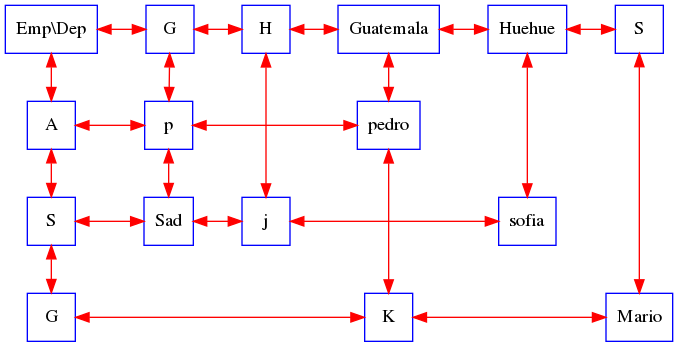
martinfdev/EstructurasenC-P1 keeps this Graphviz diagram as build/matriz.png. Above is the earlier version. Its source is kept beside it as build/matriz.dot.
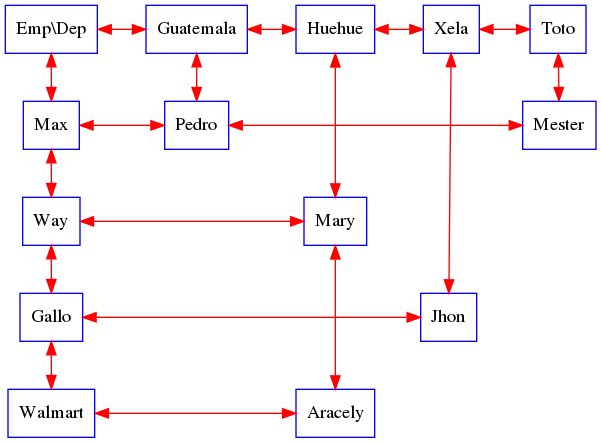
The same file after the commit.

Diff of the diagram source:
```diff
@@ -4,51 +4,46 @@
 edge [color= red];
 graph[ nodesep = 0.5];
 nodeXY [label="Emp\\Dep"];
-nodeXG [label="G"];
-nodeXH [label="H"];
 nodeXGuatemala [label="Guatemala"];
 nodeXHuehue [label="Huehue"];
-nodeXS [label="S"];
+nodeXXela [label="Xela"];
+nodeXToto [label="Toto"];
 
-nodeYA [label="A"];
-nodeYS [label="S"];
-nodeYG [label="G"];
+nodeYMax [label="Max"];
+nodeYWay [label="Way"];
+nodeYGallo [label="Gallo"];
+nodeYWalmart [label="Walmart"];
 
-nodevGA [label="p"];
-nodevGuatemalaA [label="pedro"];
-nodevGS [label="Sad"];
-nodevHS [label="j"];
-nodevHuehueS [label="sofia"];
-nodevGuatemalaG [label="K"];
-nodevSG [label="Mario"];
+nodevGuatemalaMax [label="Pedro"];
+nodevTotoMax [label="Mester"];
+nodevHuehueWay [label="Mary"];
+nodevXelaGallo [label="Jhon"];
+nodevHuehueWalmart [label="Aracely"];
 
-nodeXY -> nodeXG [dir=both];
-nodeXG -> nodeXH [dir=both];
-nodeXH -> nodeXGuatemala [dir=both];
+nodeXY -> nodeXGuatemala [dir=both];
 nodeXGuatemala -> nodeXHuehue [dir=both];
-nodeXHuehue -> nodeXS [dir=both];
+nodeXHuehue -> nodeXXela [dir=both];
+nodeXXela -> nodeXToto [dir=both];
 
-nodeXY -> nodeYA [dir=both];
-nodeYA -> nodeYS [dir=both];
-nodeYS -> nodeYG [dir=both];
+nodeXY -> nodeYMax [dir=both];
+nodeYMax -> nodeYWay [dir=both];
+nodeYWay -> nodeYGallo [dir=both];
+nodeYGallo -> nodeYWalmart [dir=both];
 
-nodeXG -> nodevGA [dir=both];
-nodevGA -> nodevGS [dir=both];
-nodeXH -> nodevHS [dir=both];
-nodeXGuatemala -> nodevGuatemalaA [dir=both];
-nodevGuatemalaA -> nodevGuatemalaG [dir=both];
-nodeXHuehue -> nodevHuehueS [dir=both];
-nodeXS -> nodevSG [dir=both];
-nodeYA -> nodevGA [constraint=false, dir=both];
-nodevGA -> nodevGuatemalaA [constraint=false, dir=both];
-nodeYS -> nodevGS [constraint=false, dir=both];
-nodevGS -> nodevHS [constraint=false, dir=both];
-nodevHS -> nodevHuehueS [constraint=false, dir=both];
-nodeYG -> nodevGuatemalaG [constraint=false, dir=both];
-nodevGuatemalaG -> nodevSG [constraint=false, dir=both];
+nodeXGuatemala -> nodevGuatemalaMax [dir=both];
+nodeXHuehue -> nodevHuehueWay [dir=both];
+nodevHuehueWay -> nodevHuehueWalmart [dir=both];
+nodeXXela -> nodevXelaGallo [dir=both];
+nodeXToto -> nodevTotoMax [dir=both];
+nodeYMax -> nodevGuatemalaMax [constraint=false, dir=both];
+nodevGuatemalaMax -> nodevTotoMax [constraint=false, dir=both];
+nodeYWay -> nodevHuehueWay [constraint=false, dir=both];
+nodeYGallo -> nodevXelaGallo [constraint=false, dir=both];
+nodeYWalmart -> nodevHuehueWalmart [constraint=false, dir=both];
 
-{rank=same; nodeXY; nodeXG; nodeXH; nodeXGuatemala; nodeXHuehue; nodeXS; }
-{rank=same; nodeYA; nodevGA; nodevGuatemalaA; }
-{rank=same; nodeYS; nodevGS; nodevHS; nodevHuehueS; }
-{rank=same; nodeYG; nodevGuatemalaG; nodevSG; }
+{rank=same; nodeXY; nodeXGuatemala; nodeXHuehue; nodeXXela; nodeXToto; }
+{rank=same; nodeYMax; nodevGuatemalaMax; nodevTotoMax; }
+{rank=same; nodeYWay; nodevHuehueWay; }
+{rank=same; nodeYGallo; nodevXelaGallo; }
+{rank=same; nodeYWalmart; nodevHuehueWalmart; }
 }
```
